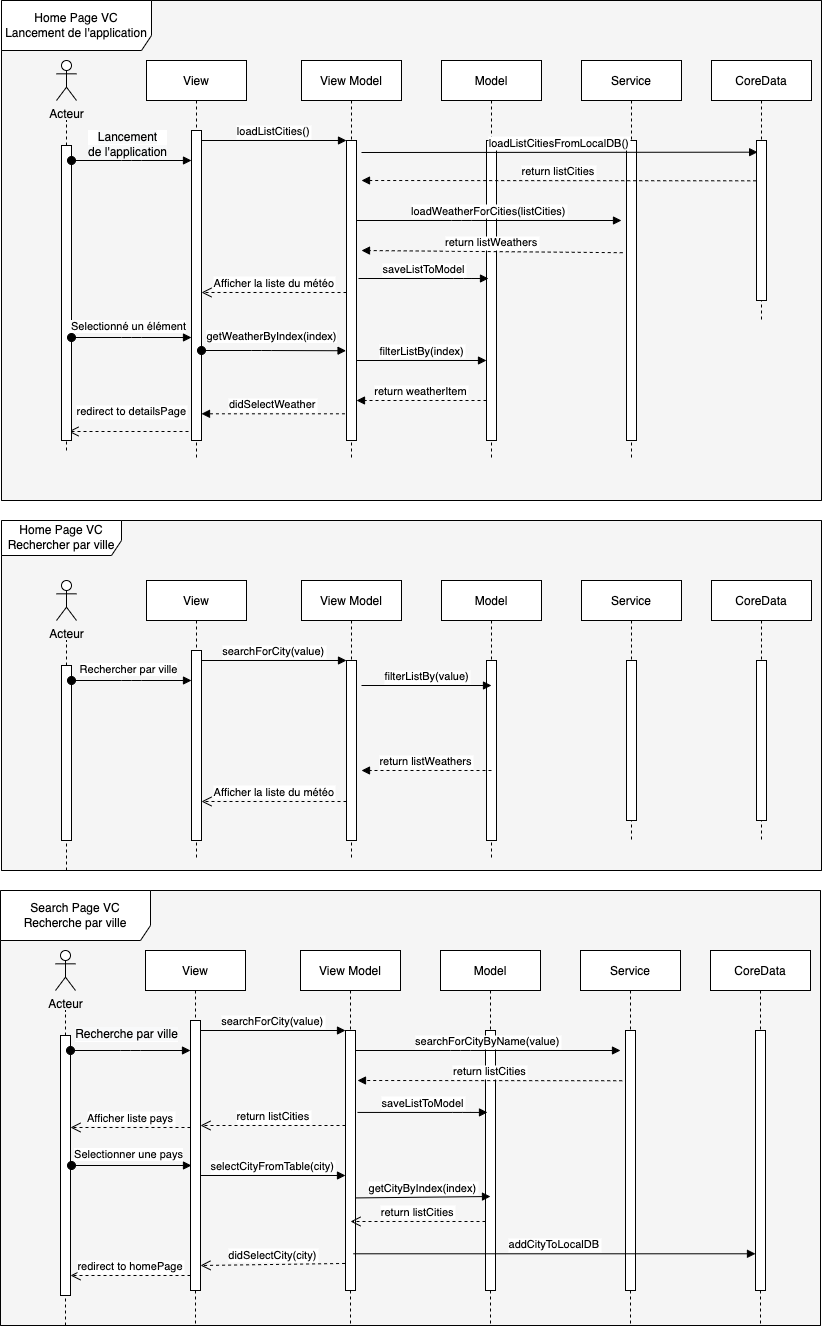
The draw.io diagram ReadMeImages/seq_diagram.png in maaref1/MyForcast_iOS, before a commit. Source tidied: cells renumbered, new cells last; positions are measured from the earlier drawing's top-left corner, leaving out a move shared by most shapes.
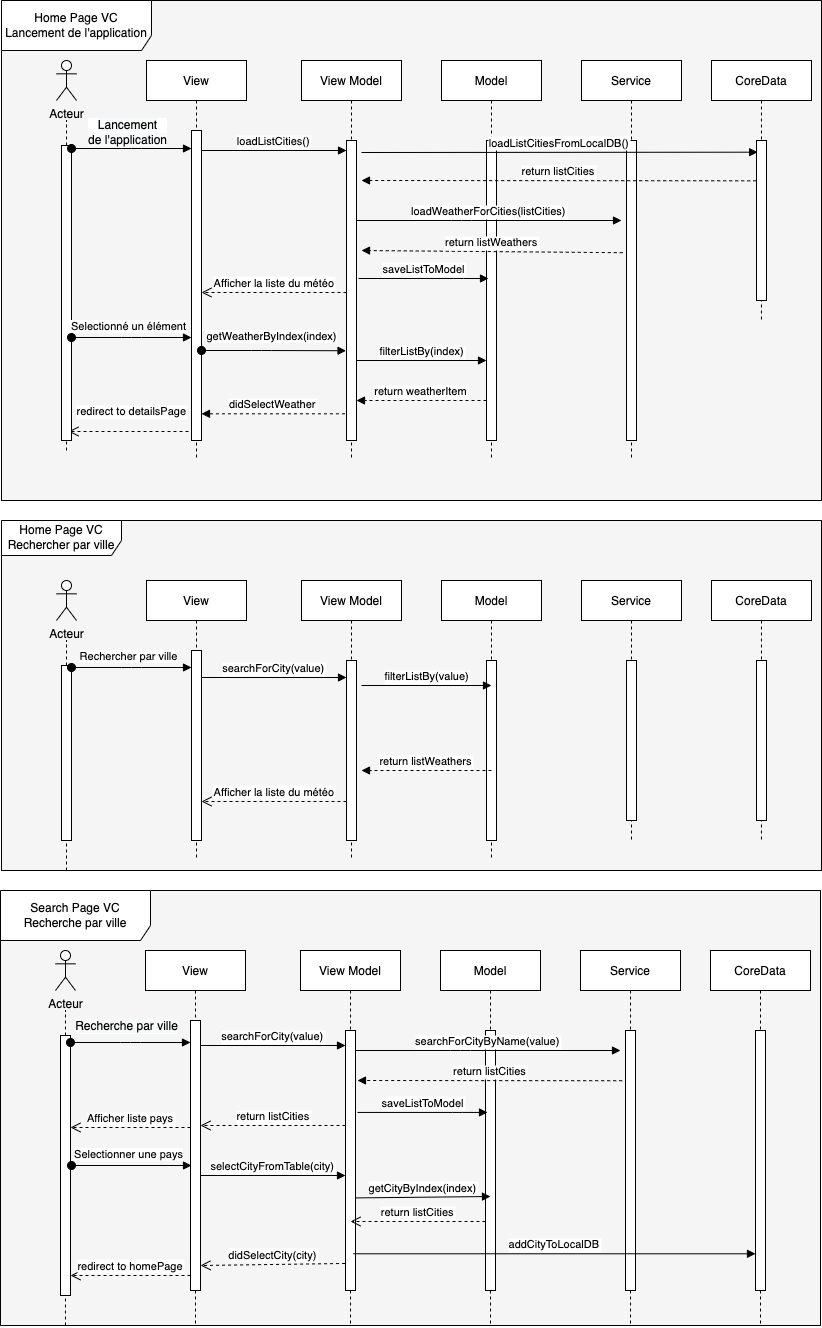
After the change.

Commit message:
update diagram_sequence

Diff of the diagram source:
```diff
@@ -38,8 +38,11 @@
     <mxCell id="10" style="points=[];perimeter=orthogonalPerimeter;rounded=0;shadow=0;strokeWidth=1;" parent="9" vertex="1">
       <mxGeometry x="45" y="80" width="10" height="260" as="geometry" />
     </mxCell>
-    <mxCell id="11" value="searchForCity(value)" style="verticalAlign=bottom;endArrow=block;entryX=0;entryY=0;shadow=0;strokeWidth=1;" parent="2" edge="1" source="5" target="10">
-      <mxGeometry relative="1" as="geometry" />
+    <mxCell id="11" value="searchForCity(value)" style="verticalAlign=bottom;endArrow=block;entryX=0;entryY=0;shadow=0;strokeWidth=1;" parent="2" edge="1">
+      <mxGeometry relative="1" as="geometry">
+        <mxPoint x="200" y="155" as="sourcePoint" />
+        <mxPoint x="345" y="155" as="targetPoint" />
+      </mxGeometry>
     </mxCell>
     <mxCell id="12" value="Acteur" style="shape=umlActor;verticalLabelPosition=bottom;verticalAlign=top;html=1;" parent="2" vertex="1">
       <mxGeometry x="55" y="60" width="20" height="40" as="geometry" />
@@ -75,11 +78,12 @@
         <mxPoint x="65" y="435" as="sourcePoint" />
       </mxGeometry>
     </mxCell>
-    <mxCell id="21" style="verticalAlign=bottom;startArrow=oval;endArrow=block;startSize=8;shadow=0;strokeWidth=1;" parent="2" edge="1" target="5">
+    <mxCell id="21" style="verticalAlign=bottom;startArrow=oval;endArrow=block;startSize=8;shadow=0;strokeWidth=1;" parent="2" edge="1">
       <mxGeometry relative="1" as="geometry">
-        <mxPoint x="70" y="160" as="sourcePoint" />
+        <mxPoint x="70" y="152" as="sourcePoint" />
+        <mxPoint x="190" y="152" as="targetPoint" />
         <Array as="points">
-          <mxPoint x="130" y="160" />
+          <mxPoint x="130" y="152" />
         </Array>
       </mxGeometry>
     </mxCell>
@@ -177,8 +181,11 @@
         <mxPoint x="200" y="281" as="targetPoint" />
       </mxGeometry>
     </mxCell>
-    <mxCell id="42" value="searchForCity(value)" style="verticalAlign=bottom;endArrow=block;entryX=0;entryY=0;shadow=0;strokeWidth=1;" parent="34" edge="1" source="38" target="40">
-      <mxGeometry relative="1" as="geometry" />
+    <mxCell id="42" value="searchForCity(value)" style="verticalAlign=bottom;endArrow=block;entryX=0;entryY=0;shadow=0;strokeWidth=1;" parent="34" edge="1">
+      <mxGeometry relative="1" as="geometry">
+        <mxPoint x="200" y="157" as="sourcePoint" />
+        <mxPoint x="345" y="157" as="targetPoint" />
+      </mxGeometry>
     </mxCell>
     <mxCell id="43" value="Acteur" style="shape=umlActor;verticalLabelPosition=bottom;verticalAlign=top;html=1;" parent="34" vertex="1">
       <mxGeometry x="55" y="60" width="20" height="40" as="geometry" />
@@ -208,11 +215,12 @@
         <mxPoint x="65" y="350" as="sourcePoint" />
       </mxGeometry>
     </mxCell>
-    <mxCell id="51" style="verticalAlign=bottom;startArrow=oval;endArrow=block;startSize=8;shadow=0;strokeWidth=1;" parent="34" edge="1" target="38">
+    <mxCell id="51" style="verticalAlign=bottom;startArrow=oval;endArrow=block;startSize=8;shadow=0;strokeWidth=1;" parent="34" edge="1">
       <mxGeometry relative="1" as="geometry">
-        <mxPoint x="70" y="160" as="sourcePoint" />
+        <mxPoint x="70" y="147" as="sourcePoint" />
+        <mxPoint x="190" y="147" as="targetPoint" />
         <Array as="points">
-          <mxPoint x="130" y="160" />
+          <mxPoint x="130" y="147" />
         </Array>
       </mxGeometry>
     </mxCell>
@@ -281,8 +289,11 @@
     <mxCell id="67" value="didSelectWeather" style="verticalAlign=bottom;endArrow=block;shadow=0;strokeWidth=1;dashed=1;exitX=-0.156;exitY=0.911;exitDx=0;exitDy=0;exitPerimeter=0;" parent="57" edge="1" source="64" target="61">
       <mxGeometry relative="1" as="geometry" />
     </mxCell>
-    <mxCell id="68" value="loadListCities()" style="verticalAlign=bottom;endArrow=block;entryX=0;entryY=0;shadow=0;strokeWidth=1;" parent="57" edge="1" source="61" target="64">
-      <mxGeometry relative="1" as="geometry" />
+    <mxCell id="68" value="loadListCities()" style="verticalAlign=bottom;endArrow=block;entryX=0;entryY=0;shadow=0;strokeWidth=1;" parent="57" edge="1">
+      <mxGeometry relative="1" as="geometry">
+        <mxPoint x="200" y="150" as="sourcePoint" />
+        <mxPoint x="345" y="150" as="targetPoint" />
+      </mxGeometry>
     </mxCell>
     <mxCell id="69" value="Acteur" style="shape=umlActor;verticalLabelPosition=bottom;verticalAlign=top;html=1;" parent="57" vertex="1">
       <mxGeometry x="55" y="60" width="20" height="40" as="geometry" />
@@ -312,11 +323,12 @@
         <mxPoint x="65" y="450" as="sourcePoint" />
       </mxGeometry>
     </mxCell>
-    <mxCell id="77" style="verticalAlign=bottom;startArrow=oval;endArrow=block;startSize=8;shadow=0;strokeWidth=1;" parent="57" edge="1" target="61">
+    <mxCell id="77" style="verticalAlign=bottom;startArrow=oval;endArrow=block;startSize=8;shadow=0;strokeWidth=1;" parent="57" edge="1">
       <mxGeometry relative="1" as="geometry">
-        <mxPoint x="70" y="160" as="sourcePoint" />
+        <mxPoint x="70" y="148" as="sourcePoint" />
+        <mxPoint x="190" y="148" as="targetPoint" />
         <Array as="points">
-          <mxPoint x="130" y="160" />
+          <mxPoint x="130" y="148" />
         </Array>
       </mxGeometry>
     </mxCell>
```
